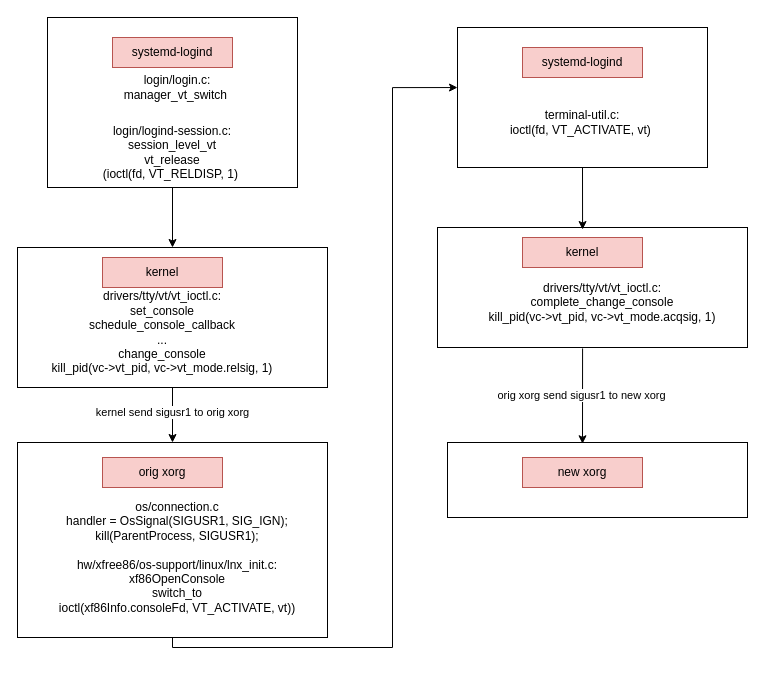
This is sigusr1.drawio from Allinaent/share, a draw.io file, before an edit. Source tidied: cells renumbered, new cells numbered last; positions are measured from the earlier drawing's top-left corner, leaving out a move shared by most shapes. Both pictures are drawn from the tidied source at 100%, with x=0, y=0 at pixel (17, 17).
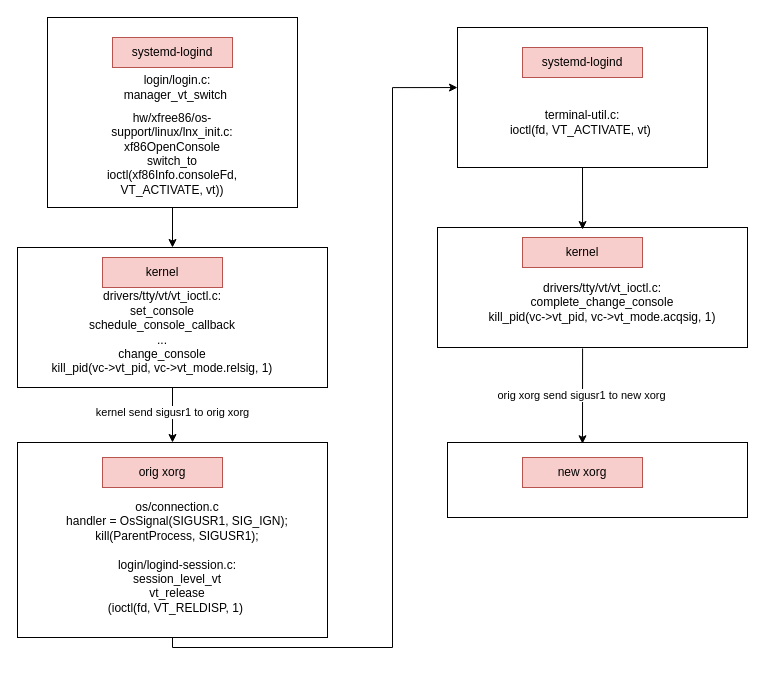
Above is the later version.

The edit, as a diff of the source:
```diff
@@
     <mxCell id="2" style="rounded=0;whiteSpace=wrap;html=1;" parent="1" vertex="1">
-      <mxGeometry x="30" width="250" height="170" as="geometry" />
+      <mxGeometry x="30" width="250" height="190" as="geometry" />
     </mxCell>
@@
-    <mxCell id="14" value="login/logind-session.c:&lt;br&gt;session_level_vt&lt;br&gt;vt_release&lt;br&gt;(ioctl(fd, VT_RELDISP, 1)&amp;nbsp;" style="text;html=1;strokeColor=none;fillColor=none;align=center;verticalAlign=middle;whiteSpace=wrap;rounded=0;" parent="1" vertex="1">
-      <mxGeometry x="55" y="120" width="200" height="30" as="geometry" />
+    <mxCell id="14" value="&lt;br&gt;&lt;br&gt;&lt;br&gt;hw/xfree86/os-support/linux/lnx_init.c:&lt;br style=&quot;border-color: var(--border-color);&quot;&gt;xf86OpenConsole&lt;br style=&quot;border-color: var(--border-color);&quot;&gt;switch_to&lt;br style=&quot;border-color: var(--border-color);&quot;&gt;ioctl(xf86Info.consoleFd, VT_ACTIVATE, vt))&lt;br&gt;" style="text;html=1;strokeColor=none;fillColor=none;align=center;verticalAlign=middle;whiteSpace=wrap;rounded=0;" parent="1" vertex="1">
+      <mxGeometry x="55" y="100" width="200" height="30" as="geometry" />
     </mxCell>
@@
-    <mxCell id="28" value="os/connection.c&lt;br&gt;handler = OsSignal(SIGUSR1, SIG_IGN);&lt;br&gt;kill(ParentProcess, SIGUSR1);&lt;br&gt;&lt;br&gt;hw/xfree86/os-support/linux/lnx_init.c:&lt;br&gt;xf86OpenConsole&lt;br&gt;switch_to&lt;br&gt;ioctl(xf86Info.consoleFd, VT_ACTIVATE, vt))" style="text;html=1;strokeColor=none;fillColor=none;align=center;verticalAlign=middle;whiteSpace=wrap;rounded=0;" parent="1" vertex="1">
+    <mxCell id="28" value="os/connection.c&lt;br&gt;handler = OsSignal(SIGUSR1, SIG_IGN);&lt;br&gt;kill(ParentProcess, SIGUSR1);&lt;br&gt;&lt;br&gt;login/logind-session.c:&lt;br style=&quot;border-color: var(--border-color);&quot;&gt;session_level_vt&lt;br style=&quot;border-color: var(--border-color);&quot;&gt;vt_release&lt;br style=&quot;border-color: var(--border-color);&quot;&gt;(ioctl(fd, VT_RELDISP, 1)&amp;nbsp;" style="text;html=1;strokeColor=none;fillColor=none;align=center;verticalAlign=middle;whiteSpace=wrap;rounded=0;" parent="1" vertex="1">
       <mxGeometry x="25" y="520" width="270" height="40" as="geometry" />
     </mxCell>
```
